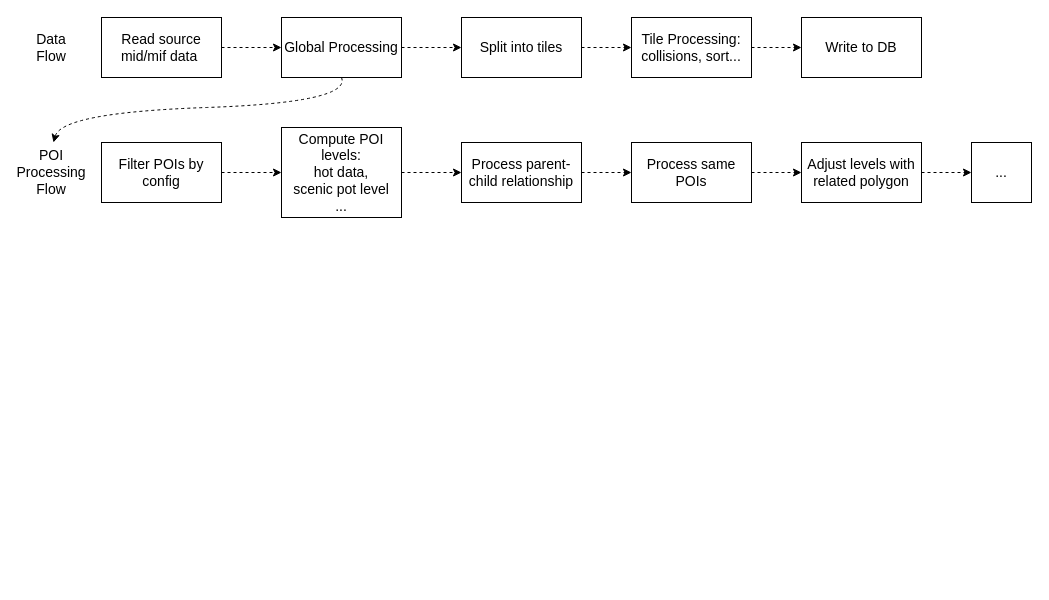
Before: page "data flow" (3 of 9) of Untitled Diagram.drawio in blueye/ixp.github.io, a draw.io diagram. Source tidied: cells renumbered, new cells numbered last; positions are measured from the earlier drawing's top-left corner, leaving out a move shared by most shapes. Both pictures are drawn from the tidied source at 100%, with x=0, y=0 at pixel (31, 17).
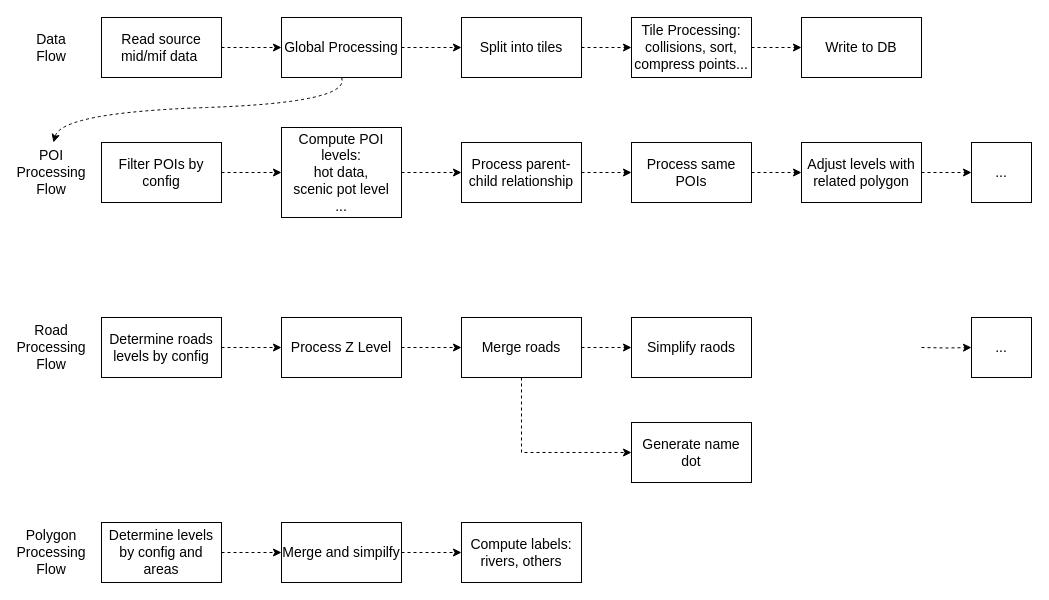
After the change.

Change to the diagram source:
```diff
@@
-    <mxCell id="9" value="&lt;span style=&quot;font-size: 14px&quot;&gt;Tile Processing:&lt;br&gt;collisions, sort...&lt;br&gt;&lt;/span&gt;" style="rounded=0;whiteSpace=wrap;html=1;" parent="1" vertex="1">
+    <mxCell id="9" value="&lt;span style=&quot;font-size: 14px&quot;&gt;Tile Processing:&lt;br&gt;collisions, sort, compress points...&lt;br&gt;&lt;/span&gt;" style="rounded=0;whiteSpace=wrap;html=1;" parent="1" vertex="1">
       <mxGeometry x="600" width="120" height="60" as="geometry" />
     </mxCell>
@@
+    <mxCell id="25" style="edgeStyle=orthogonalEdgeStyle;rounded=0;jettySize=auto;html=1;dashed=1;" parent="1" edge="1" source="26" target="28">
+      <mxGeometry relative="1" as="geometry" />
+    </mxCell>
+    <mxCell id="26" value="&lt;font style=&quot;font-size: 14px&quot;&gt;Determine roads levels by config&lt;br&gt;&lt;/font&gt;" style="rounded=0;whiteSpace=wrap;html=1;" parent="1" vertex="1">
+      <mxGeometry x="70" y="300" width="120" height="60" as="geometry" />
+    </mxCell>
+    <mxCell id="27" style="edgeStyle=orthogonalEdgeStyle;rounded=0;jettySize=auto;html=1;dashed=1;" parent="1" edge="1" source="28" target="30">
+      <mxGeometry relative="1" as="geometry" />
+    </mxCell>
+    <mxCell id="28" value="&lt;span style=&quot;font-size: 14px&quot;&gt;Process Z Level&lt;br&gt;&lt;/span&gt;" style="rounded=0;whiteSpace=wrap;html=1;" parent="1" vertex="1">
+      <mxGeometry x="250" y="300" width="120" height="60" as="geometry" />
+    </mxCell>
+    <mxCell id="29" style="edgeStyle=orthogonalEdgeStyle;rounded=0;jettySize=auto;html=1;dashed=1;" parent="1" edge="1" source="30" target="32">
+      <mxGeometry relative="1" as="geometry" />
+    </mxCell>
+    <mxCell id="30" value="&lt;span style=&quot;font-size: 14px&quot;&gt;Merge roads&lt;/span&gt;" style="rounded=0;whiteSpace=wrap;html=1;" parent="1" vertex="1">
+      <mxGeometry x="430" y="300" width="120" height="60" as="geometry" />
+    </mxCell>
+    <mxCell id="31" style="edgeStyle=orthogonalEdgeStyle;rounded=0;jettySize=auto;html=1;dashed=1;exitX=0.5;exitY=1;exitDx=0;exitDy=0;entryX=0;entryY=0.5;entryDx=0;entryDy=0;" parent="1" edge="1" source="30" target="36">
+      <mxGeometry relative="1" as="geometry">
+        <Array as="points">
+          <mxPoint x="490" y="435" />
+        </Array>
+      </mxGeometry>
+    </mxCell>
+    <mxCell id="32" value="&lt;span style=&quot;font-size: 14px&quot;&gt;Simplify raods&lt;/span&gt;" style="rounded=0;whiteSpace=wrap;html=1;" parent="1" vertex="1">
+      <mxGeometry x="600" y="300" width="120" height="60" as="geometry" />
+    </mxCell>
+    <mxCell id="33" style="edgeStyle=orthogonalEdgeStyle;rounded=0;jettySize=auto;html=1;dashed=1;" parent="1" edge="1" target="34">
+      <mxGeometry relative="1" as="geometry">
+        <mxPoint x="890" y="330" as="sourcePoint" />
+      </mxGeometry>
+    </mxCell>
+    <mxCell id="34" value="&lt;span style=&quot;font-size: 14px&quot;&gt;...&lt;/span&gt;" style="rounded=0;whiteSpace=wrap;html=1;" parent="1" vertex="1">
+      <mxGeometry x="940" y="300" width="60" height="60" as="geometry" />
+    </mxCell>
+    <mxCell id="35" value="&lt;font style=&quot;font-size: 14px&quot;&gt;Road Processing Flow&lt;/font&gt;" style="text;html=1;strokeColor=none;fillColor=none;align=center;verticalAlign=middle;whiteSpace=wrap;rounded=0;" parent="1" vertex="1">
+      <mxGeometry y="320" width="40" height="20" as="geometry" />
+    </mxCell>
+    <mxCell id="36" value="&lt;span style=&quot;font-size: 14px&quot;&gt;Generate name dot&lt;/span&gt;" style="rounded=0;whiteSpace=wrap;html=1;" parent="1" vertex="1">
+      <mxGeometry x="600" y="405" width="120" height="60" as="geometry" />
+    </mxCell>
+    <mxCell id="37" style="edgeStyle=orthogonalEdgeStyle;rounded=0;jettySize=auto;html=1;dashed=1;" parent="1" edge="1" source="38" target="40">
+      <mxGeometry relative="1" as="geometry" />
+    </mxCell>
+    <mxCell id="38" value="&lt;font style=&quot;font-size: 14px&quot;&gt;Determine levels by config and areas&lt;br&gt;&lt;/font&gt;" style="rounded=0;whiteSpace=wrap;html=1;" parent="1" vertex="1">
+      <mxGeometry x="70" y="505" width="120" height="60" as="geometry" />
+    </mxCell>
+    <mxCell id="39" style="edgeStyle=orthogonalEdgeStyle;rounded=0;jettySize=auto;html=1;dashed=1;" parent="1" edge="1" source="40" target="41">
+      <mxGeometry relative="1" as="geometry" />
+    </mxCell>
+    <mxCell id="40" value="&lt;span style=&quot;font-size: 14px&quot;&gt;Merge and simpilfy&lt;br&gt;&lt;/span&gt;" style="rounded=0;whiteSpace=wrap;html=1;" parent="1" vertex="1">
+      <mxGeometry x="250" y="505" width="120" height="60" as="geometry" />
+    </mxCell>
+    <mxCell id="41" value="&lt;span style=&quot;font-size: 14px&quot;&gt;Compute labels: rivers, others&lt;/span&gt;" style="rounded=0;whiteSpace=wrap;html=1;" parent="1" vertex="1">
+      <mxGeometry x="430" y="505" width="120" height="60" as="geometry" />
+    </mxCell>
+    <mxCell id="42" value="&lt;font style=&quot;font-size: 14px&quot;&gt;Polygon Processing Flow&lt;/font&gt;" style="text;html=1;strokeColor=none;fillColor=none;align=center;verticalAlign=middle;whiteSpace=wrap;rounded=0;" parent="1" vertex="1">
+      <mxGeometry y="525" width="40" height="20" as="geometry" />
+    </mxCell>
```
